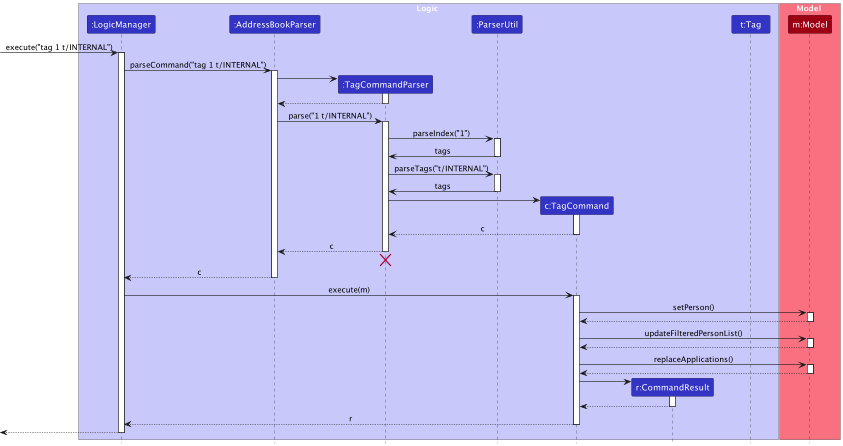
Earlier version of the PlantUML export docs/images/TagSequenceDiagram.png (leeweiming3/tp). Source of this version:
```plantuml
@startuml
!include style.puml
skinparam ArrowFontStyle plain

box Logic LOGIC_COLOR_T1
participant ":LogicManager" as LogicManager LOGIC_COLOR
participant ":AddressBookParser" as AddressBookParser LOGIC_COLOR
participant ":TagCommandParser" as TagCommandParser LOGIC_COLOR
participant ":ParserUtil" as ParserUtil LOGIC_COLOR
participant "c:TagCommand" as TagCommand LOGIC_COLOR
participant "r:CommandResult" as CommandResult LOGIC_COLOR
participant "t:Tag" as Tag LOGIC_COLOR
end box

box Model MODEL_COLOR_T1
participant "m:Model" as Model MODEL_COLOR
end box

[-> LogicManager : execute("tag 1 t/INTERNAL")
activate LogicManager

LogicManager -> AddressBookParser : parseCommand("tag 1 t/INTERNAL")
activate AddressBookParser

create TagCommandParser
AddressBookParser -> TagCommandParser
activate TagCommandParser

TagCommandParser --> AddressBookParser
deactivate TagCommandParser

AddressBookParser -> TagCommandParser : parse("1 t/INTERNAL")
activate TagCommandParser

TagCommandParser -> ParserUtil : parseIndex("1")
activate ParserUtil

ParserUtil -> TagCommandParser : tags
deactivate ParserUtil

TagCommandParser -> ParserUtil : parseTags("t/INTERNAL")
activate ParserUtil

ParserUtil -> TagCommandParser : tags
deactivate ParserUtil

create TagCommand
TagCommandParser -> TagCommand
activate TagCommand

TagCommand --> TagCommandParser : c
deactivate TagCommand

TagCommandParser --> AddressBookParser : c
deactivate TagCommandParser
TagCommandParser -[hidden]-> AddressBookParser
destroy TagCommandParser

AddressBookParser --> LogicManager : c
deactivate AddressBookParser

LogicManager -> TagCommand : execute(m)
activate TagCommand

TagCommand -> Model : setPerson()
activate Model

Model --> TagCommand
deactivate Model

TagCommand -> Model : updateFilteredPersonList()
activate Model

Model --> TagCommand
deactivate Model

TagCommand -> Model : replaceApplications()
activate Model

Model --> TagCommand
deactivate Model

create CommandResult
TagCommand -> CommandResult
activate CommandResult

CommandResult --> TagCommand
deactivate CommandResult

TagCommand --> LogicManager : r
deactivate TagCommand

[<--LogicManager
deactivate LogicManager
@enduml
```
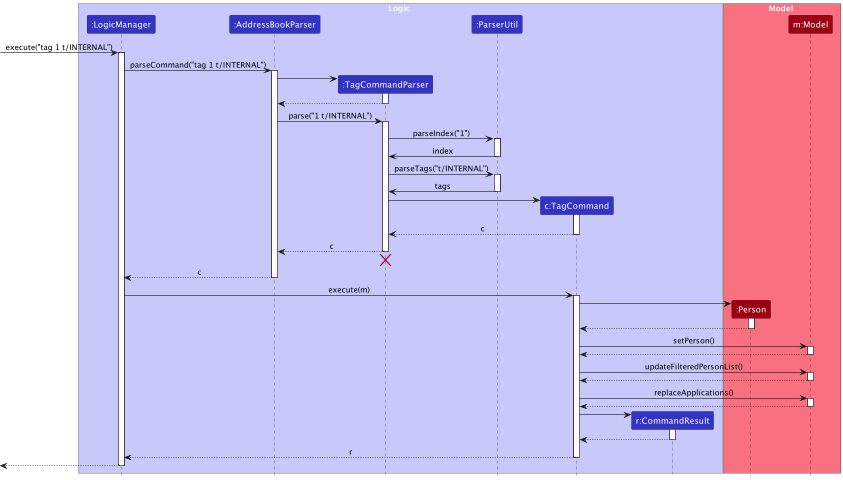
After the commit.

Commit message:
Fix sequence diagrams

Change to the diagram source:
```diff
@@ -9,10 +9,10 @@
 participant ":ParserUtil" as ParserUtil LOGIC_COLOR
 participant "c:TagCommand" as TagCommand LOGIC_COLOR
 participant "r:CommandResult" as CommandResult LOGIC_COLOR
-participant "t:Tag" as Tag LOGIC_COLOR
 end box
 
 box Model MODEL_COLOR_T1
+participant ":Person" as Person MODEL_COLOR
 participant "m:Model" as Model MODEL_COLOR
 end box
 
@@ -35,7 +35,7 @@
 TagCommandParser -> ParserUtil : parseIndex("1")
 activate ParserUtil
 
-ParserUtil -> TagCommandParser : tags
+ParserUtil -> TagCommandParser : index
 deactivate ParserUtil
 
 TagCommandParser -> ParserUtil : parseTags("t/INTERNAL")
@@ -61,6 +61,13 @@
 
 LogicManager -> TagCommand : execute(m)
 activate TagCommand
+
+create Person
+TagCommand -> Person
+activate Person
+
+Person --> TagCommand
+deactivate Person
 
 TagCommand -> Model : setPerson()
 activate Model
```
